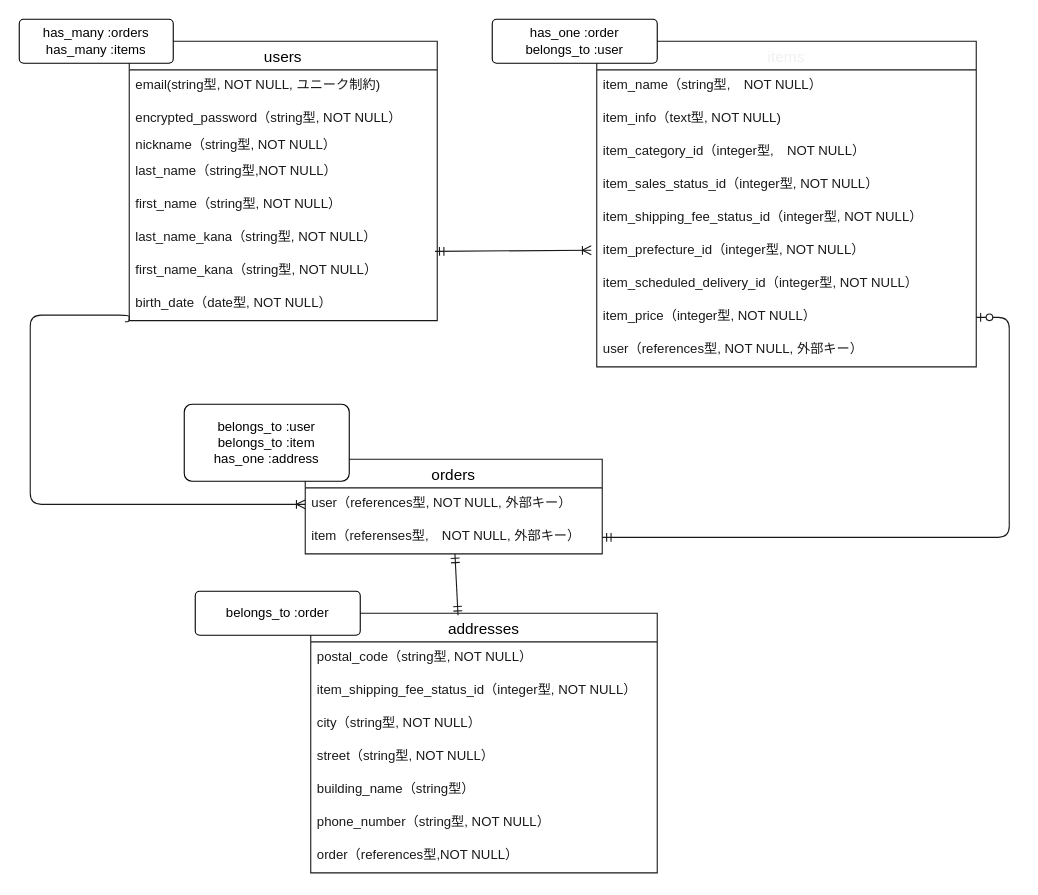
Before: ER.dio in motooga/furima-38955, a draw.io diagram. Source tidied: cells renumbered, new cells numbered last; positions are measured from the earlier drawing's top-left corner, leaving out a move shared by most shapes. Both pictures are drawn from the tidied source at 110%, with x=0, y=0 at pixel (19, 19).
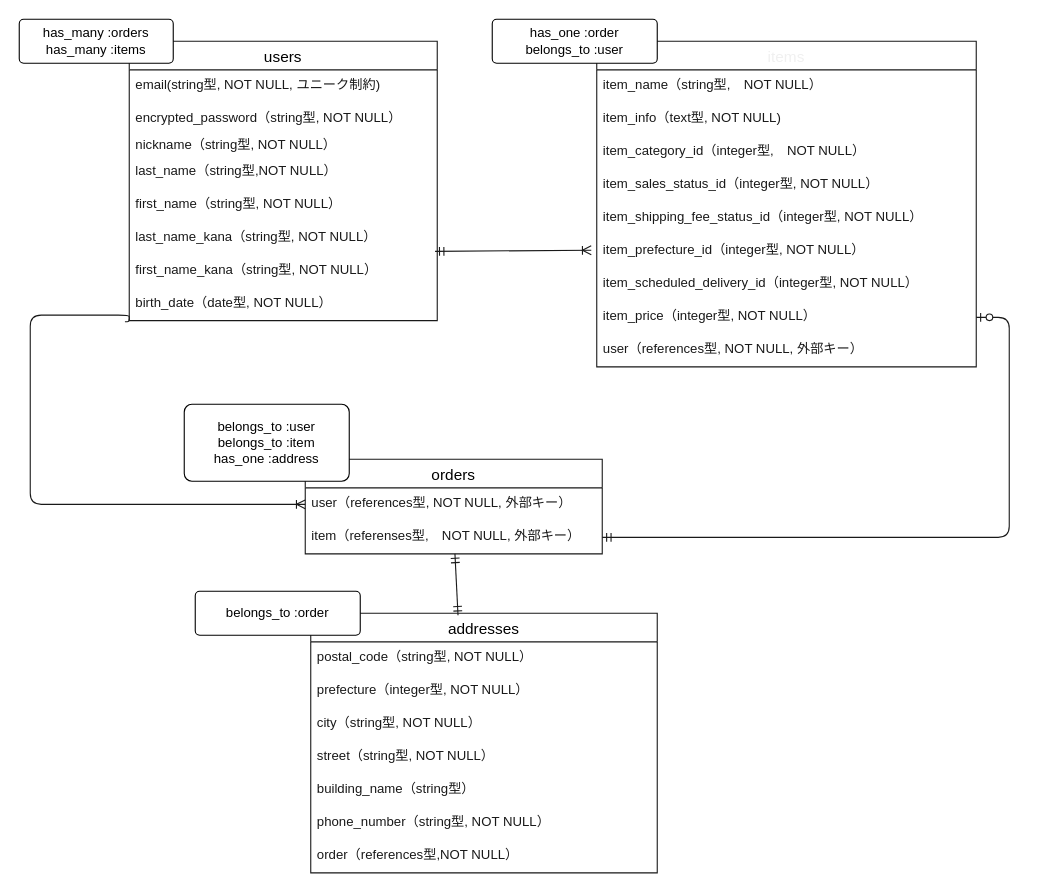
After the change.

Unchanged cells that the change refers to:
```xml
<mxCell id="24" value="addresses" style="swimlane;fontStyle=0;horizontal=1;startSize=26;align=center;fontSize=14;strokeColor=#191919;" parent="1" vertex="1">
  <mxGeometry x="265" y="540" width="315" height="236" as="geometry" />
</mxCell>
```

Diff of the diagram source:
```diff
@@
-    <mxCell id="26" value="item_shipping_fee_status_id（integer型, NOT NULL）" style="text;strokeColor=none;fillColor=none;spacingLeft=4;spacingRight=4;overflow=hidden;fontSize=12;fontColor=#191919;" parent="24" vertex="1">
+    <mxCell id="26" value="prefecture（integer型, NOT NULL）" style="text;strokeColor=none;fillColor=none;spacingLeft=4;spacingRight=4;overflow=hidden;fontSize=12;fontColor=#191919;" parent="24" vertex="1">
       <mxGeometry y="56" width="315" height="30" as="geometry" />
     </mxCell>
```
